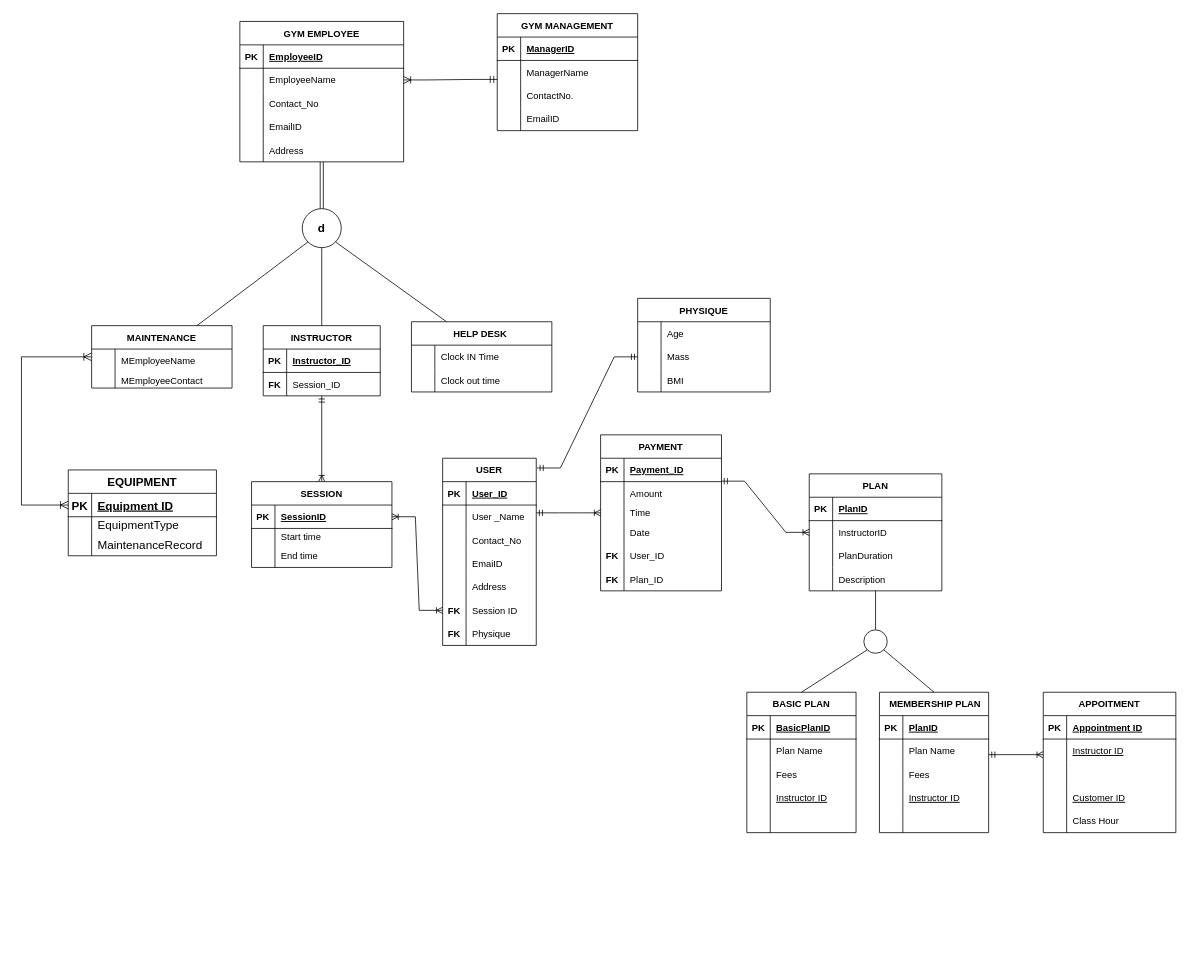
Earlier version of the draw.io diagram Gym_Management_ERD.drawio (Tharunip/DAMG6210_PROJECT11). Source tidied: cells renumbered, new cells numbered last; positions are measured from the earlier drawing's top-left corner, leaving out a move shared by most shapes. Both pictures are drawn from the tidied source at 78%, with x=0, y=0 at pixel (21, 13).
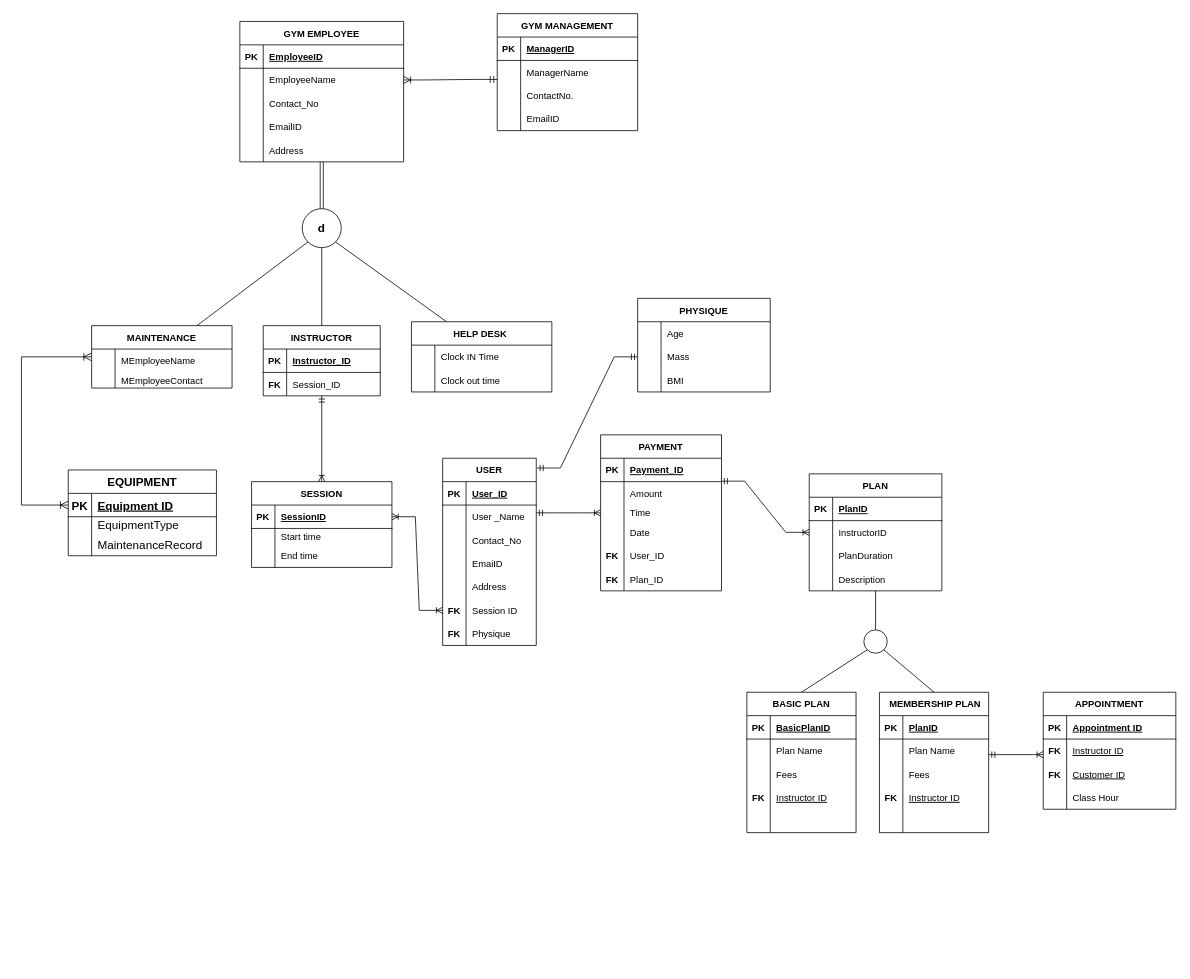
The same diagram, later.

The change refers to these unchanged cells:
```xml
<mxCell id="164" style="shape=tableRow;horizontal=0;startSize=0;swimlaneHead=0;swimlaneBody=0;fillColor=none;top=0;left=0;right=0;bottom=0;" parent="154" vertex="1">
  <mxGeometry y="120" width="140" height="30" as="geometry" />
</mxCell>
<mxCell id="180" style="shape=tableRow;horizontal=0;startSize=0;swimlaneHead=0;swimlaneBody=0;fillColor=none;top=0;left=0;right=0;bottom=0;" parent="170" vertex="1">
  <mxGeometry y="120" width="140" height="30" as="geometry" />
</mxCell>
<mxCell id="199" style="shape=tableRow;horizontal=0;startSize=0;swimlaneHead=0;swimlaneBody=0;fillColor=none;top=0;left=0;right=0;bottom=0;" parent="195" vertex="1">
  <mxGeometry y="60" width="170" height="30" as="geometry" />
</mxCell>
```

Diff of the diagram source:
```diff
@@
-    <mxCell id="165" style="shape=partialRectangle;fillColor=none;top=0;left=0;bottom=0;right=0;overflow=hidden;" parent="164" vertex="1">
+    <mxCell id="165" value="FK" style="shape=partialRectangle;fillColor=none;top=0;left=0;bottom=0;right=0;overflow=hidden;fontStyle=1;" parent="164" vertex="1">
       <mxGeometry width="30" height="30" as="geometry" />
     </mxCell>
@@
-    <mxCell id="181" style="shape=partialRectangle;fillColor=none;top=0;left=0;bottom=0;right=0;overflow=hidden;" parent="180" vertex="1">
+    <mxCell id="181" value="FK" style="shape=partialRectangle;fillColor=none;top=0;left=0;bottom=0;right=0;overflow=hidden;fontStyle=1;" parent="180" vertex="1">
       <mxGeometry width="30" height="30" as="geometry" />
     </mxCell>
@@
-    <mxCell id="195" value="APPOITMENT" style="shape=table;startSize=30;childLayout=tableLayout;rowLines=0;fontStyle=1;align=center;" parent="1" vertex="1">
-      <mxGeometry x="1310" y="870" width="170" height="180" as="geometry" />
+    <mxCell id="195" value="APPOINTMENT" style="shape=table;startSize=30;childLayout=tableLayout;rowLines=0;fontStyle=1;align=center;" parent="1" vertex="1">
+      <mxGeometry x="1310" y="870" width="170" height="150" as="geometry" />
     </mxCell>
@@
-    <mxCell id="200" style="shape=partialRectangle;fillColor=none;top=0;left=0;bottom=0;right=0;overflow=hidden;" parent="199" vertex="1">
+    <mxCell id="200" value="FK" style="shape=partialRectangle;fillColor=none;top=0;left=0;bottom=0;right=0;overflow=hidden;fontStyle=1;" parent="199" vertex="1">
       <mxGeometry width="30" height="30" as="geometry" />
     </mxCell>
@@
-    <mxCell id="202" style="shape=tableRow;horizontal=0;startSize=0;swimlaneHead=0;swimlaneBody=0;fillColor=none;top=0;left=0;right=0;bottom=0;" parent="195" vertex="1">
-      <mxGeometry y="90" width="170" height="30" as="geometry" />
-    </mxCell>
-    <mxCell id="203" style="shape=partialRectangle;fillColor=none;top=0;left=0;bottom=0;right=0;overflow=hidden;" parent="202" vertex="1">
-      <mxGeometry width="30" height="30" as="geometry" />
-    </mxCell>
-    <mxCell id="204" style="shape=partialRectangle;fillColor=none;top=0;left=0;bottom=0;right=0;align=left;spacingLeft=6;overflow=hidden;fontStyle=4;" parent="202" vertex="1">
-      <mxGeometry x="30" width="140" height="30" as="geometry" />
-    </mxCell>
     <mxCell id="205" style="shape=tableRow;horizontal=0;startSize=0;swimlaneHead=0;swimlaneBody=0;fillColor=none;top=0;left=0;right=0;bottom=0;" parent="195" vertex="1">
-      <mxGeometry y="120" width="170" height="30" as="geometry" />
+      <mxGeometry y="90" width="170" height="30" as="geometry" />
     </mxCell>
-    <mxCell id="206" style="shape=partialRectangle;fillColor=none;top=0;left=0;bottom=0;right=0;overflow=hidden;" parent="205" vertex="1">
+    <mxCell id="206" value="FK" style="shape=partialRectangle;fillColor=none;top=0;left=0;bottom=0;right=0;overflow=hidden;fontStyle=1;" parent="205" vertex="1">
       <mxGeometry width="30" height="30" as="geometry" />
     </mxCell>
@@
     <mxCell id="208" style="shape=tableRow;horizontal=0;startSize=0;swimlaneHead=0;swimlaneBody=0;fillColor=none;top=0;left=0;right=0;bottom=0;" parent="195" vertex="1">
-      <mxGeometry y="150" width="170" height="30" as="geometry" />
+      <mxGeometry y="120" width="170" height="30" as="geometry" />
     </mxCell>
```
